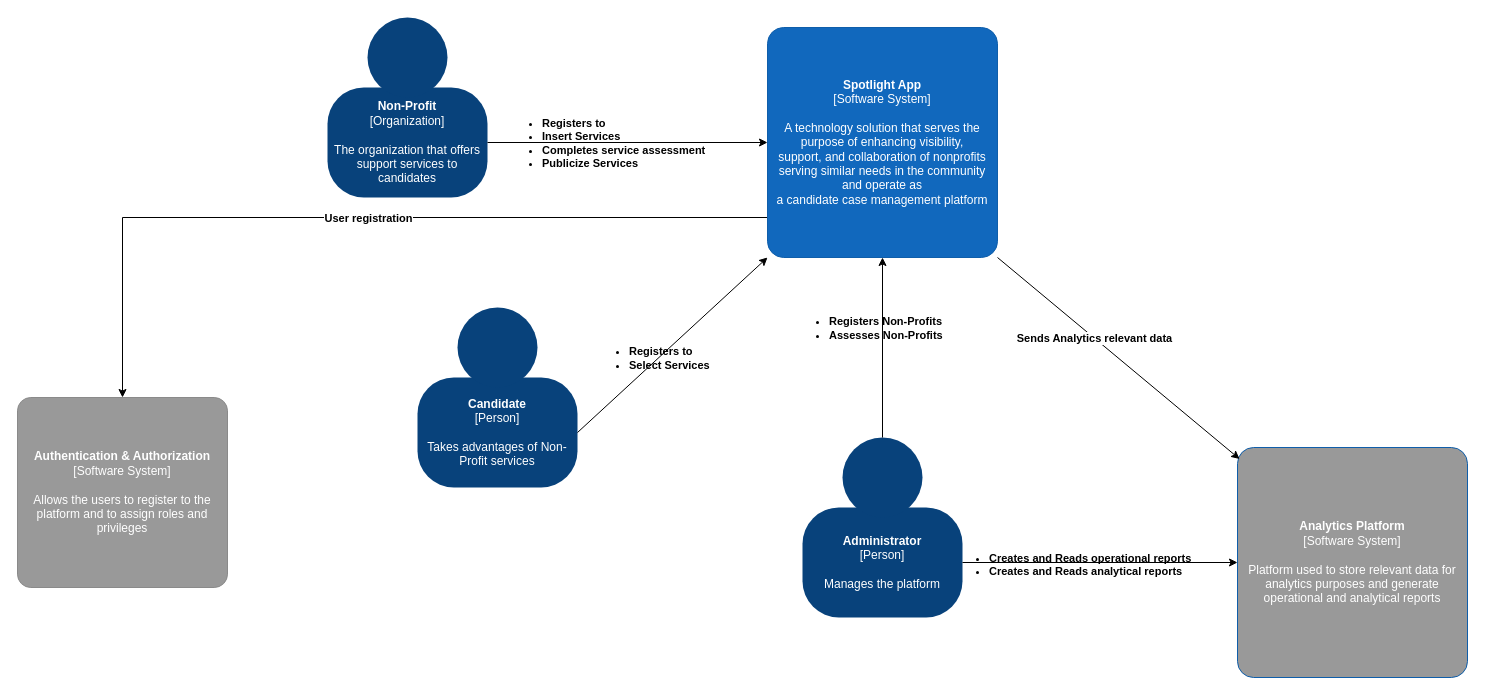
Before: diagrams/ContextDiagram.drawio in Katalyst-2022/katas-2022, a draw.io diagram. Source tidied: cells renumbered, new cells numbered last; positions are measured from the earlier drawing's top-left corner, leaving out a move shared by most shapes. Both pictures are drawn from the tidied source at 100%, with x=0, y=0 at pixel (17, 17).
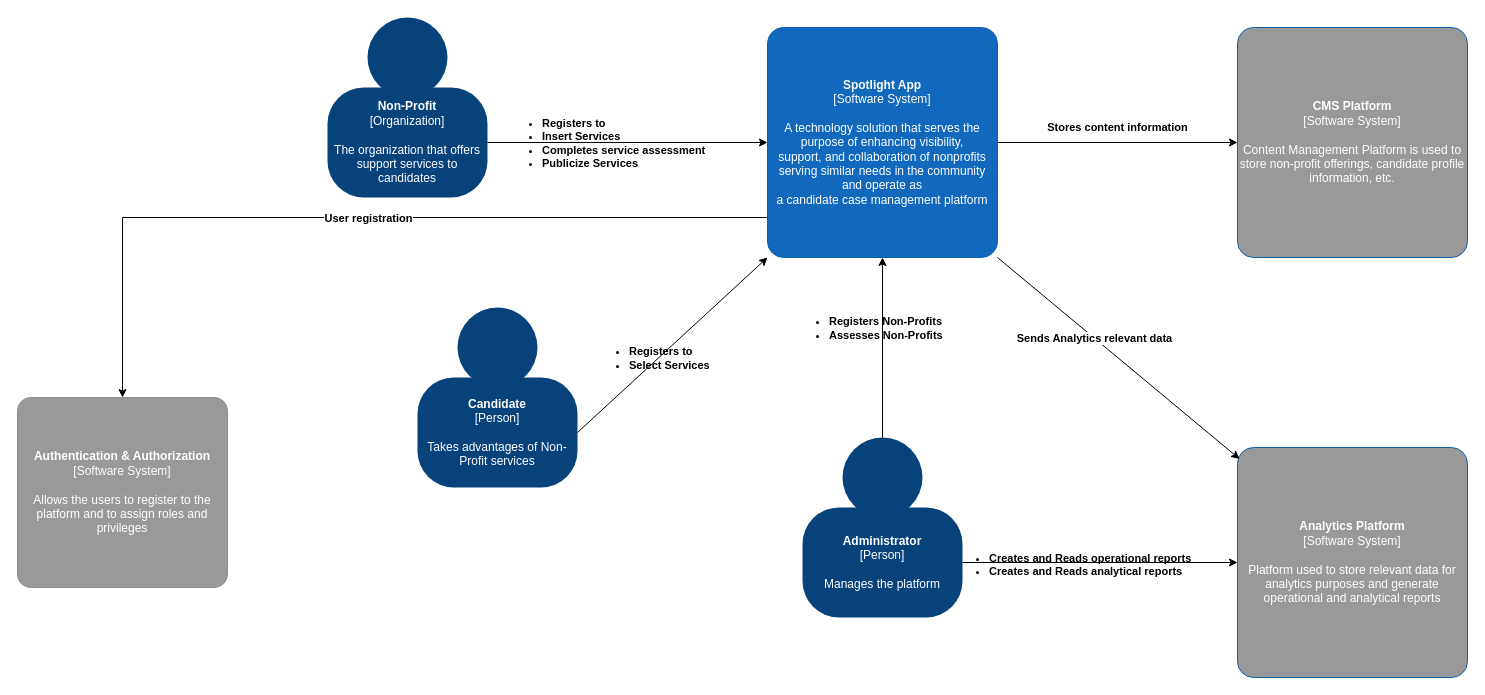
The same diagram, later.

Commit message (it also covers changes not shown here):
Include CMS platform in context diagram

Unchanged cells that the change refers to:
```xml
<mxCell id="13" value="&lt;b&gt;Spotlight App&lt;/b&gt;&lt;div&gt;[Software System]&lt;/div&gt;&lt;div&gt;&lt;br&gt;&lt;/div&gt;&lt;div&gt;&lt;div&gt;A technology solution that serves the purpose of enhancing visibility,&lt;/div&gt;&lt;div&gt;support, and collaboration of nonprofits serving similar needs in the community and operate as&lt;/div&gt;&lt;div&gt;a candidate case management platform&lt;/div&gt;&lt;/div&gt;" style="rounded=1;whiteSpace=wrap;html=1;labelBackgroundColor=none;fillColor=#1168bd;fontColor=#ffffff;align=center;arcSize=7;strokeColor=#0f5eaa;" parent="1" vertex="1">
  <mxGeometry x="750" y="10" width="230" height="230" as="geometry" />
</mxCell>
```

What changed in the source:
```diff
@@
+    <mxCell id="26" value="&lt;b&gt;Stores content information&lt;/b&gt;" style="edgeStyle=orthogonalEdgeStyle;rounded=0;jettySize=auto;html=1;exitX=1;exitY=0.5;exitDx=0;exitDy=0;" parent="1" edge="1" source="13" target="27">
+      <mxGeometry y="15" relative="1" as="geometry" />
+    </mxCell>
@@
+    <mxCell id="27" value="&lt;b&gt;CMS Platform&lt;/b&gt;&lt;div&gt;[Software System]&lt;/div&gt;&lt;div&gt;&lt;br&gt;&lt;/div&gt;&lt;div&gt;&lt;div&gt;Content Management Platform is used to store non-profit offerings, candidate profile information, etc.&lt;/div&gt;&lt;/div&gt;" style="rounded=1;whiteSpace=wrap;html=1;labelBackgroundColor=none;fillColor=#999999;fontColor=#ffffff;align=center;arcSize=7;strokeColor=#0f5eaa;" parent="1" vertex="1">
+      <mxGeometry x="1220" y="10" width="230" height="230" as="geometry" />
+    </mxCell>
```
